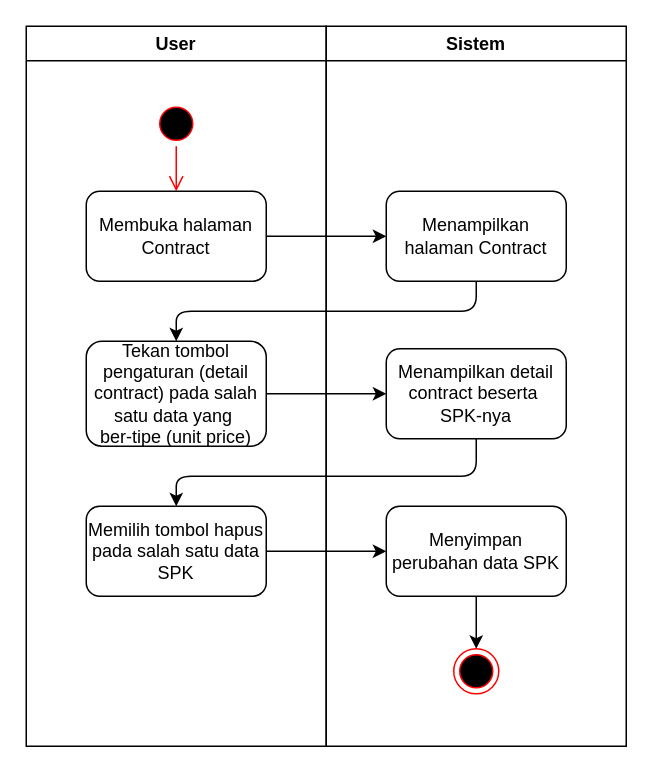
Earlier version of the draw.io diagram contract/hapusSPK.drawio (rismanrhz/idms). Source tidied: cells renumbered, new cells numbered last; positions are measured from the earlier drawing's top-left corner, leaving out a move shared by most shapes. Both pictures are drawn from the tidied source at 150%, with x=0, y=0 at pixel (26, 26).
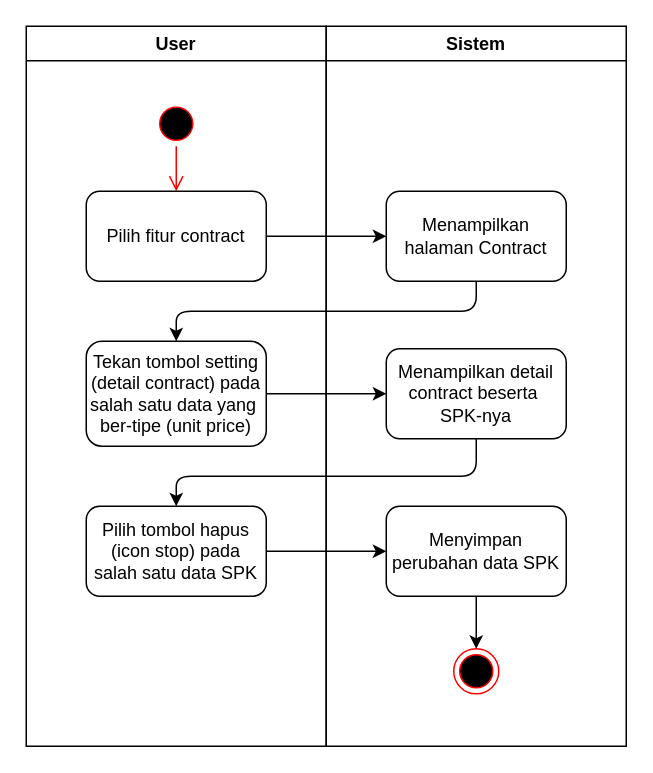
The same diagram, later.

The change refers to these unchanged cells:
```xml
<mxCell id="2" value="User" style="swimlane;whiteSpace=wrap;html=1;" parent="1" vertex="1">
  <mxGeometry width="200" height="480" as="geometry" />
</mxCell>
```

Diff of the diagram source:
```diff
@@
-    <mxCell id="4" value="Membuka halaman Contract" style="rounded=1;whiteSpace=wrap;html=1;" parent="2" vertex="1">
+    <mxCell id="4" value="Pilih fitur contract" style="rounded=1;whiteSpace=wrap;html=1;" parent="2" vertex="1">
       <mxGeometry x="40" y="110" width="120" height="60" as="geometry" />
     </mxCell>
@@
-    <mxCell id="6" value="Tekan tombol pengaturan (detail contract) pada salah satu data yang&amp;nbsp;&lt;div&gt;ber-tipe (unit price)&lt;/div&gt;" style="rounded=1;whiteSpace=wrap;html=1;" parent="2" vertex="1">
+    <mxCell id="6" value="Tekan tombol setting (detail contract) pada salah satu data yang&amp;nbsp;&lt;div&gt;ber-tipe (unit price)&lt;/div&gt;" style="rounded=1;whiteSpace=wrap;html=1;" parent="2" vertex="1">
       <mxGeometry x="40" y="210" width="120" height="70" as="geometry" />
     </mxCell>
-    <mxCell id="7" value="Memilih tombol hapus pada salah satu data SPK" style="rounded=1;whiteSpace=wrap;html=1;" parent="2" vertex="1">
+    <mxCell id="7" value="Pilih tombol hapus (icon stop) pada salah satu data SPK" style="rounded=1;whiteSpace=wrap;html=1;" parent="2" vertex="1">
       <mxGeometry x="40" y="320" width="120" height="60" as="geometry" />
     </mxCell>
```
